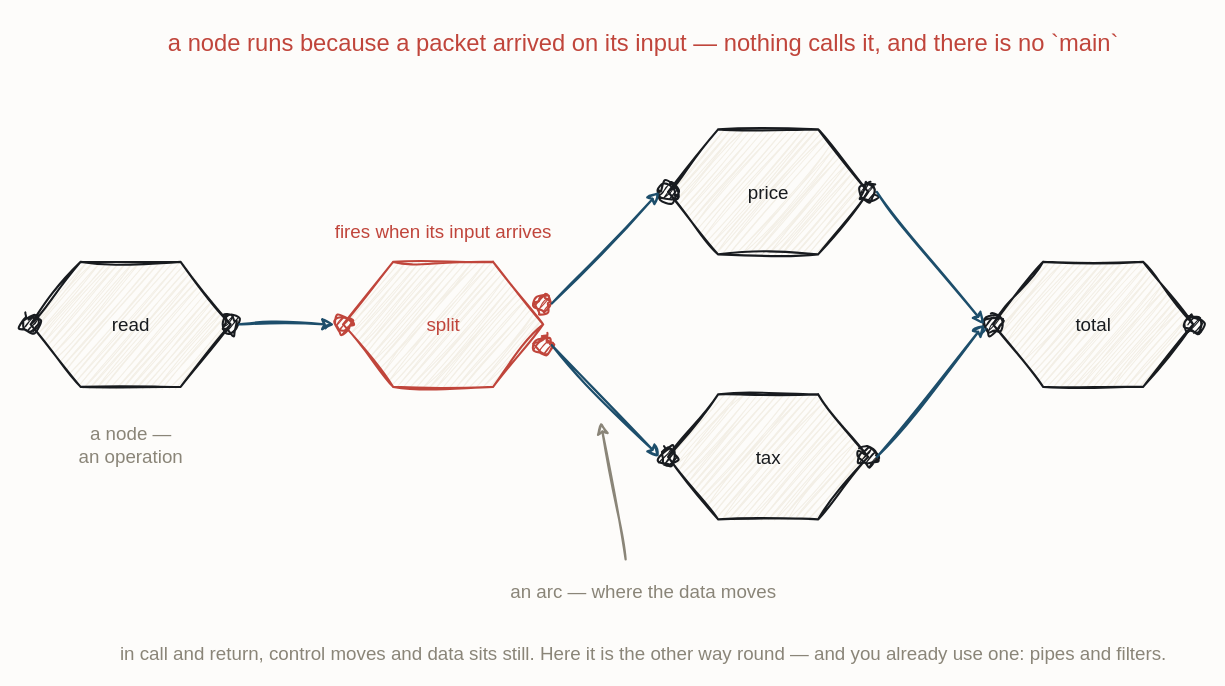
The draw.io diagram resources/flow-dataflow-graph.drawio in iancooper/practical-messaging, before the edit. Source tidied: cells renumbered, new cells numbered last; positions are measured from the earlier drawing's top-left corner, leaving out a move shared by most shapes. Both pictures are drawn from the tidied source at 125%, with x=0, y=0 at pixel (21, 21).
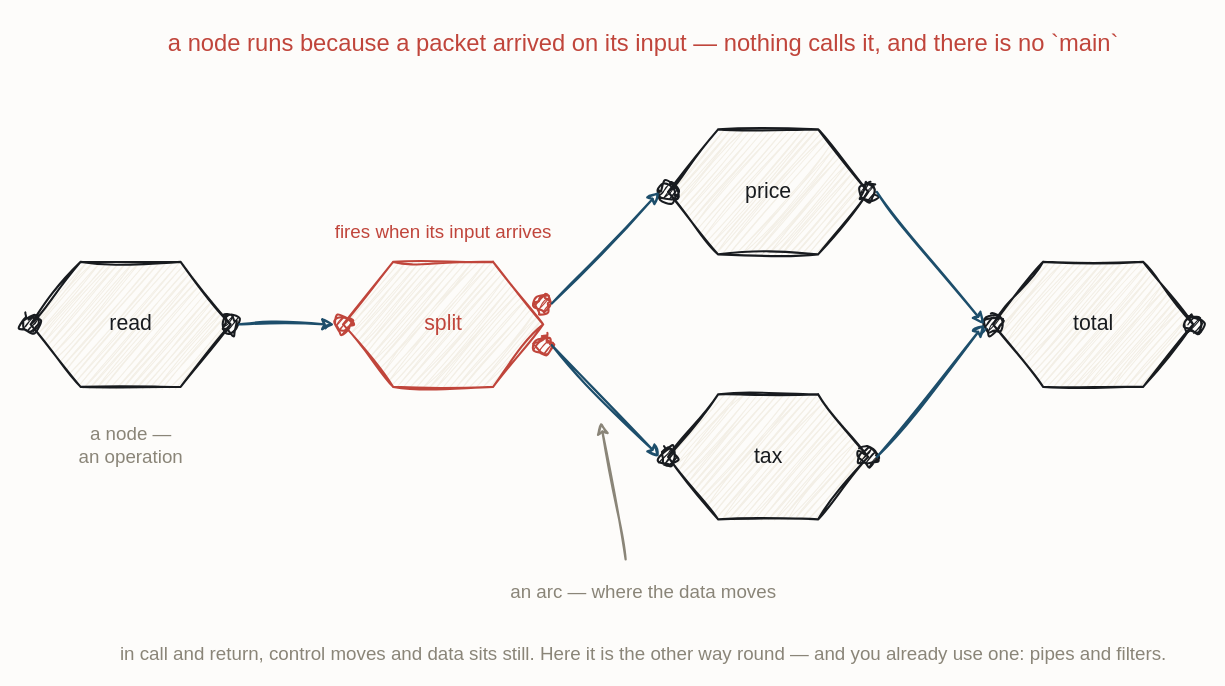
The same page after the edit.

What changed in the source:
```diff
@@
-    <mxCell id="3" value="read" style="sketch=1;hachureGap=4;jiggle=2;curveFitting=1;fontFamily=Caveat;html=1;shape=hexagon;perimeter=hexagonPerimeter2;strokeColor=#181B1F;strokeWidth=1.7;fillColor=#F3EFE6;fontColor=#181B1F;fontSize=15;" parent="1" vertex="1">
+    <mxCell id="3" value="read" style="sketch=1;hachureGap=4;jiggle=2;curveFitting=1;fontFamily=Caveat;html=1;shape=hexagon;perimeter=hexagonPerimeter2;strokeColor=#181B1F;strokeWidth=1.7;fillColor=#F3EFE6;fontColor=#181B1F;fontSize=17;" parent="1" vertex="1">
       <mxGeometry x="7" y="192" width="160" height="100" as="geometry" />
     </mxCell>
@@
-    <mxCell id="6" value="split" style="sketch=1;hachureGap=4;jiggle=2;curveFitting=1;fontFamily=Caveat;html=1;shape=hexagon;perimeter=hexagonPerimeter2;strokeColor=#C0453B;strokeWidth=1.7;fillColor=#F3EFE6;fontColor=#C0453B;fontSize=15;" parent="1" vertex="1">
+    <mxCell id="6" value="split" style="sketch=1;hachureGap=4;jiggle=2;curveFitting=1;fontFamily=Caveat;html=1;shape=hexagon;perimeter=hexagonPerimeter2;strokeColor=#C0453B;strokeWidth=1.7;fillColor=#F3EFE6;fontColor=#C0453B;fontSize=17;" parent="1" vertex="1">
       <mxGeometry x="257" y="192" width="160" height="100" as="geometry" />
     </mxCell>
@@
-    <mxCell id="10" value="price" style="sketch=1;hachureGap=4;jiggle=2;curveFitting=1;fontFamily=Caveat;html=1;shape=hexagon;perimeter=hexagonPerimeter2;strokeColor=#181B1F;strokeWidth=1.7;fillColor=#F3EFE6;fontColor=#181B1F;fontSize=15;" parent="1" vertex="1">
+    <mxCell id="10" value="price" style="sketch=1;hachureGap=4;jiggle=2;curveFitting=1;fontFamily=Caveat;html=1;shape=hexagon;perimeter=hexagonPerimeter2;strokeColor=#181B1F;strokeWidth=1.7;fillColor=#F3EFE6;fontColor=#181B1F;fontSize=17;" parent="1" vertex="1">
       <mxGeometry x="517" y="86" width="160" height="100" as="geometry" />
     </mxCell>
@@
-    <mxCell id="13" value="tax" style="sketch=1;hachureGap=4;jiggle=2;curveFitting=1;fontFamily=Caveat;html=1;shape=hexagon;perimeter=hexagonPerimeter2;strokeColor=#181B1F;strokeWidth=1.7;fillColor=#F3EFE6;fontColor=#181B1F;fontSize=15;" parent="1" vertex="1">
+    <mxCell id="13" value="tax" style="sketch=1;hachureGap=4;jiggle=2;curveFitting=1;fontFamily=Caveat;html=1;shape=hexagon;perimeter=hexagonPerimeter2;strokeColor=#181B1F;strokeWidth=1.7;fillColor=#F3EFE6;fontColor=#181B1F;fontSize=17;" parent="1" vertex="1">
       <mxGeometry x="517" y="298" width="160" height="100" as="geometry" />
     </mxCell>
@@
-    <mxCell id="16" value="total" style="sketch=1;hachureGap=4;jiggle=2;curveFitting=1;fontFamily=Caveat;html=1;shape=hexagon;perimeter=hexagonPerimeter2;strokeColor=#181B1F;strokeWidth=1.7;fillColor=#F3EFE6;fontColor=#181B1F;fontSize=15;" parent="1" vertex="1">
+    <mxCell id="16" value="total" style="sketch=1;hachureGap=4;jiggle=2;curveFitting=1;fontFamily=Caveat;html=1;shape=hexagon;perimeter=hexagonPerimeter2;strokeColor=#181B1F;strokeWidth=1.7;fillColor=#F3EFE6;fontColor=#181B1F;fontSize=17;" parent="1" vertex="1">
       <mxGeometry x="777" y="192" width="160" height="100" as="geometry" />
     </mxCell>
```
